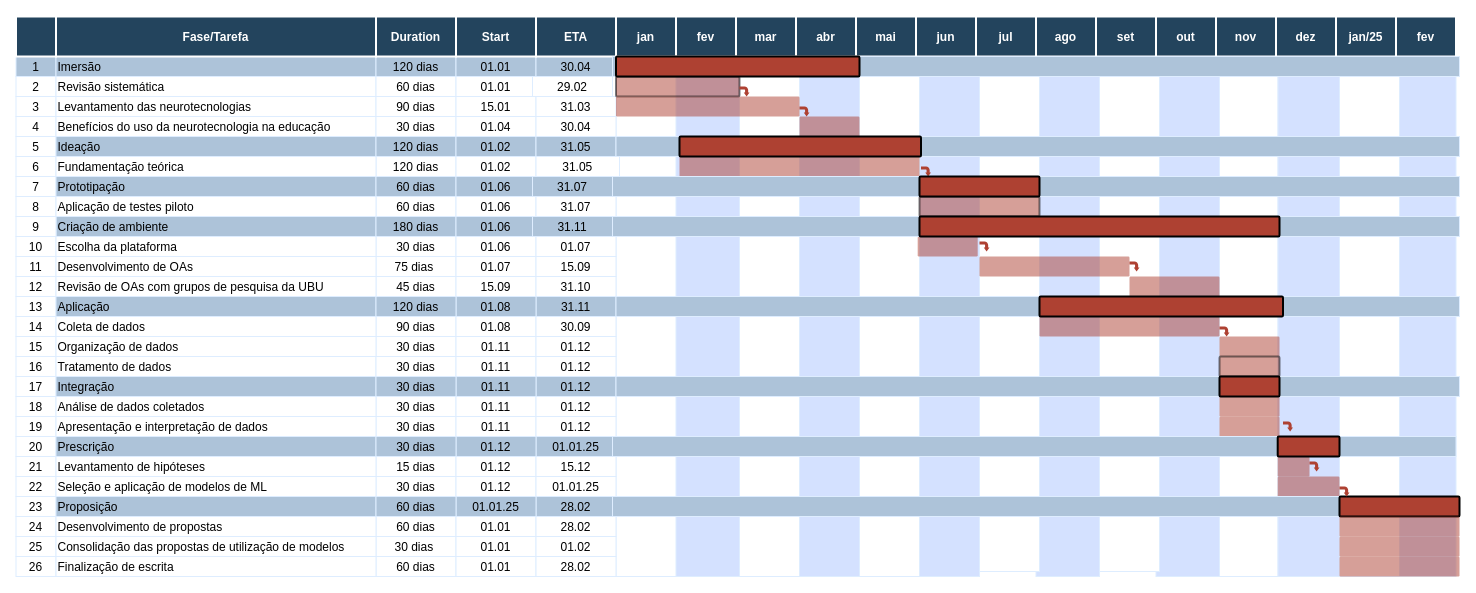
Before: Diagrama sem nome.drawio in tslacerd/-UC12_ER5_menu_program, a draw.io diagram. Source tidied: cells renumbered, new cells numbered last; positions are measured from the earlier drawing's top-left corner, leaving out a move shared by most shapes. Both pictures are drawn from the tidied source at 100%, with x=0, y=0 at pixel (15, 16).
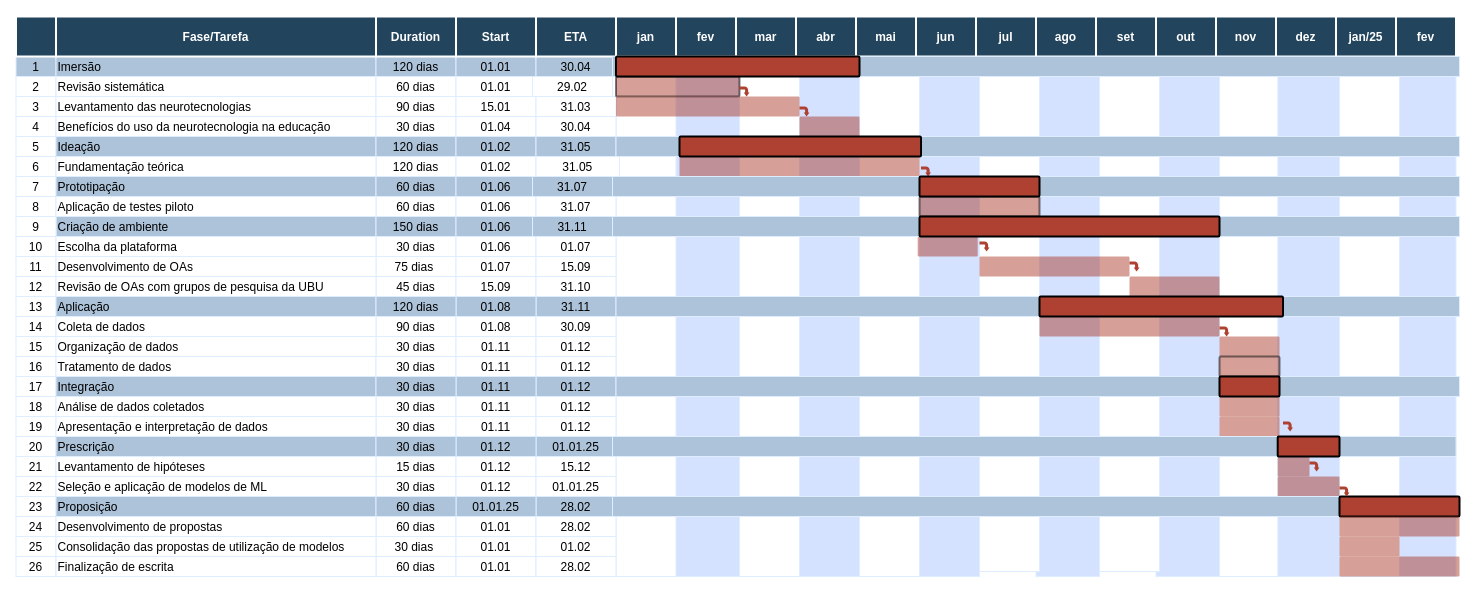
Above is the later version.

Change to the diagram source:
```diff
@@
-    <mxCell id="174" value="180 dias" style="strokeColor=#DEEDFF;fillColor=#ADC3D9;" parent="1" vertex="1">
+    <mxCell id="174" value="150 dias" style="strokeColor=#DEEDFF;fillColor=#ADC3D9;" parent="1" vertex="1">
       <mxGeometry x="360.5" y="200" width="80" height="20" as="geometry" />
     </mxCell>
@@
     <mxCell id="186" style="shape=mxgraph.flowchart.process;fillColor=#AE4132;strokeColor=#000000;strokeWidth=2;opacity=100;" parent="1" vertex="1">
-      <mxGeometry x="904" y="200" width="360" height="20" as="geometry" />
+      <mxGeometry x="904" y="200" width="300" height="20" as="geometry" />
     </mxCell>
@@
     <mxCell id="204" style="shape=mxgraph.flowchart.process;fillColor=#AE4132;strokeColor=none;strokeWidth=2;opacity=50;" parent="1" vertex="1">
-      <mxGeometry x="1324" y="520" width="120" height="20" as="geometry" />
+      <mxGeometry x="1324" y="520" width="60" height="20" as="geometry" />
     </mxCell>
```
